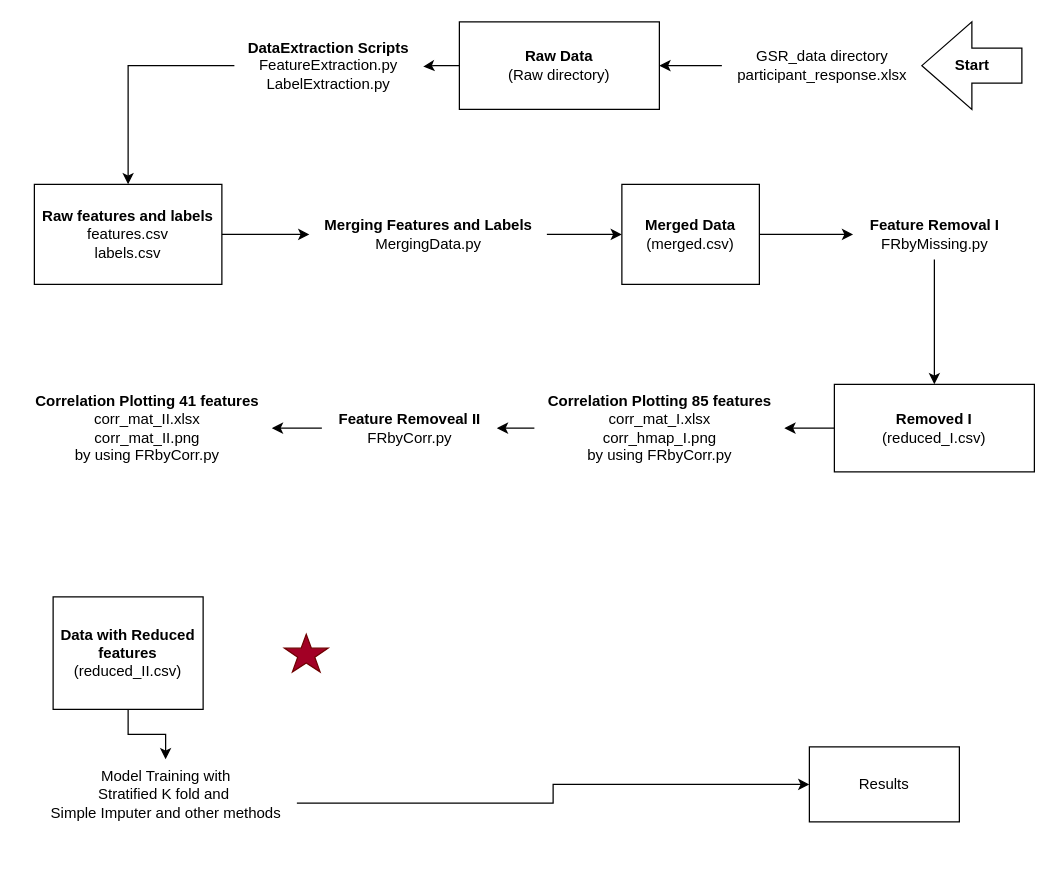
The draw.io diagram ViewPipeline/pipeline.drawio in vickvey/Project-PPG, before the edit. Source tidied: cells renumbered, new cells numbered last; positions are measured from the earlier drawing's top-left corner, leaving out a move shared by most shapes. Both pictures are drawn from the tidied source at 125%, with x=0, y=0 at pixel (21, 21).
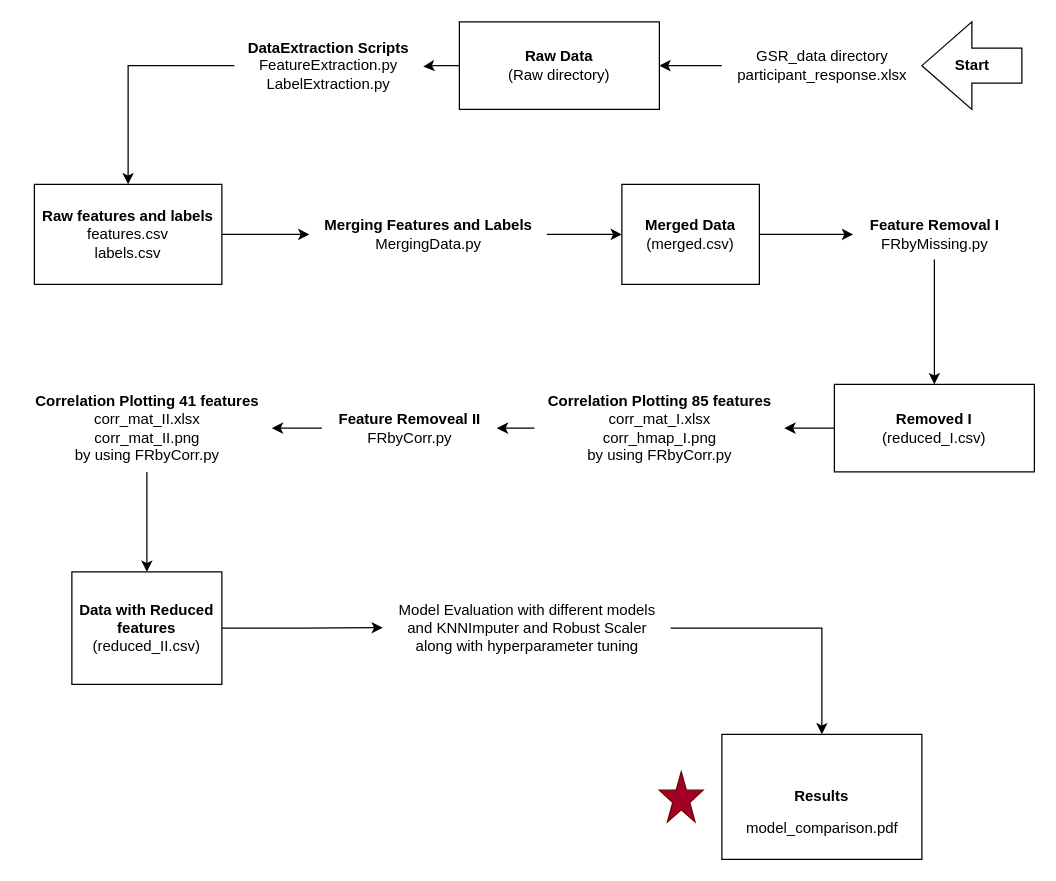
Above is the later version.

Commit message (it also covers changes not shown here):
added model report and updated README.md

The change refers to these unchanged cells:
```xml
<mxCell id="29" value="&lt;b&gt;Correlation Plotting 41 features&lt;/b&gt;&lt;div&gt;corr_mat_II.xlsx&lt;/div&gt;&lt;div&gt;corr_mat_II.png&lt;/div&gt;&lt;div&gt;by using FRbyCorr.py&lt;/div&gt;" style="text;html=1;align=center;verticalAlign=middle;points=[];strokeColor=none;fillColor=none;" parent="1" vertex="1">
  <mxGeometry y="290" width="200" height="70" as="geometry" />
</mxCell>
```

What changed in the source:
```diff
@@
-    <mxCell id="20" style="edgeStyle=orthogonalEdgeStyle;rounded=0;jettySize=auto;html=1;" parent="1" edge="1" source="21" target="23">
-      <mxGeometry relative="1" as="geometry" />
-    </mxCell>
     <mxCell id="21" value="&lt;b&gt;Data with Reduced features&lt;/b&gt;&lt;div&gt;(reduced_II.csv)&lt;/div&gt;" style="whiteSpace=wrap;html=1;" parent="1" vertex="1">
-      <mxGeometry x="25" y="460" width="120" height="90" as="geometry" />
+      <mxGeometry x="40" y="440" width="120" height="90" as="geometry" />
     </mxCell>
@@
-    <mxCell id="23" value="Model Training with&lt;div&gt;Stratified K fold and&amp;nbsp;&lt;/div&gt;&lt;div&gt;Simple Imputer and other methods&lt;/div&gt;&lt;div&gt;&lt;br&gt;&lt;/div&gt;" style="text;html=1;align=center;verticalAlign=middle;points=[];strokeColor=none;fillColor=none;" parent="1" vertex="1">
-      <mxGeometry x="10" y="590" width="210" height="70" as="geometry" />
+    <mxCell id="23" value="Model Evaluation with different models&lt;div&gt;and KNNImputer and Robust Scaler&lt;/div&gt;&lt;div&gt;along with hyperparameter tuning&lt;/div&gt;" style="text;html=1;align=center;verticalAlign=middle;points=[];strokeColor=none;fillColor=none;" parent="1" vertex="1">
+      <mxGeometry x="289" y="455" width="230" height="60" as="geometry" />
     </mxCell>
-    <mxCell id="24" value="Results" style="whiteSpace=wrap;html=1;" parent="1" vertex="1">
-      <mxGeometry x="630" y="580" width="120" height="60" as="geometry" />
+    <mxCell id="24" value="&lt;b&gt;Results&lt;/b&gt;" style="whiteSpace=wrap;html=1;" parent="1" vertex="1">
+      <mxGeometry x="560" y="570" width="160" height="100" as="geometry" />
     </mxCell>
@@
     <mxCell id="26" style="verticalLabelPosition=bottom;verticalAlign=top;html=1;shape=mxgraph.basic.star;fillColor=#a20025;fontColor=#ffffff;strokeColor=#6F0000;" parent="1" vertex="1">
-      <mxGeometry x="210" y="490" width="35" height="30" as="geometry" />
+      <mxGeometry x="510" y="600" width="35" height="40" as="geometry" />
     </mxCell>
@@
+    <mxCell id="30" style="edgeStyle=orthogonalEdgeStyle;rounded=0;jettySize=auto;html=1;entryX=0.5;entryY=0;entryDx=0;entryDy=0;" parent="1" edge="1" source="29" target="21">
+      <mxGeometry relative="1" as="geometry" />
+    </mxCell>
@@
+    <mxCell id="20" style="edgeStyle=orthogonalEdgeStyle;rounded=0;jettySize=auto;html=1;entryX=-0.001;entryY=0.494;entryDx=0;entryDy=0;entryPerimeter=0;" parent="1" edge="1" source="21" target="23">
+      <mxGeometry relative="1" as="geometry" />
+    </mxCell>
+    <mxCell id="31" value="model_comparison.pdf" style="text;html=1;align=center;verticalAlign=middle;strokeColor=none;fillColor=none;" parent="1" vertex="1">
+      <mxGeometry x="570" y="630" width="140" height="30" as="geometry" />
+    </mxCell>
```
